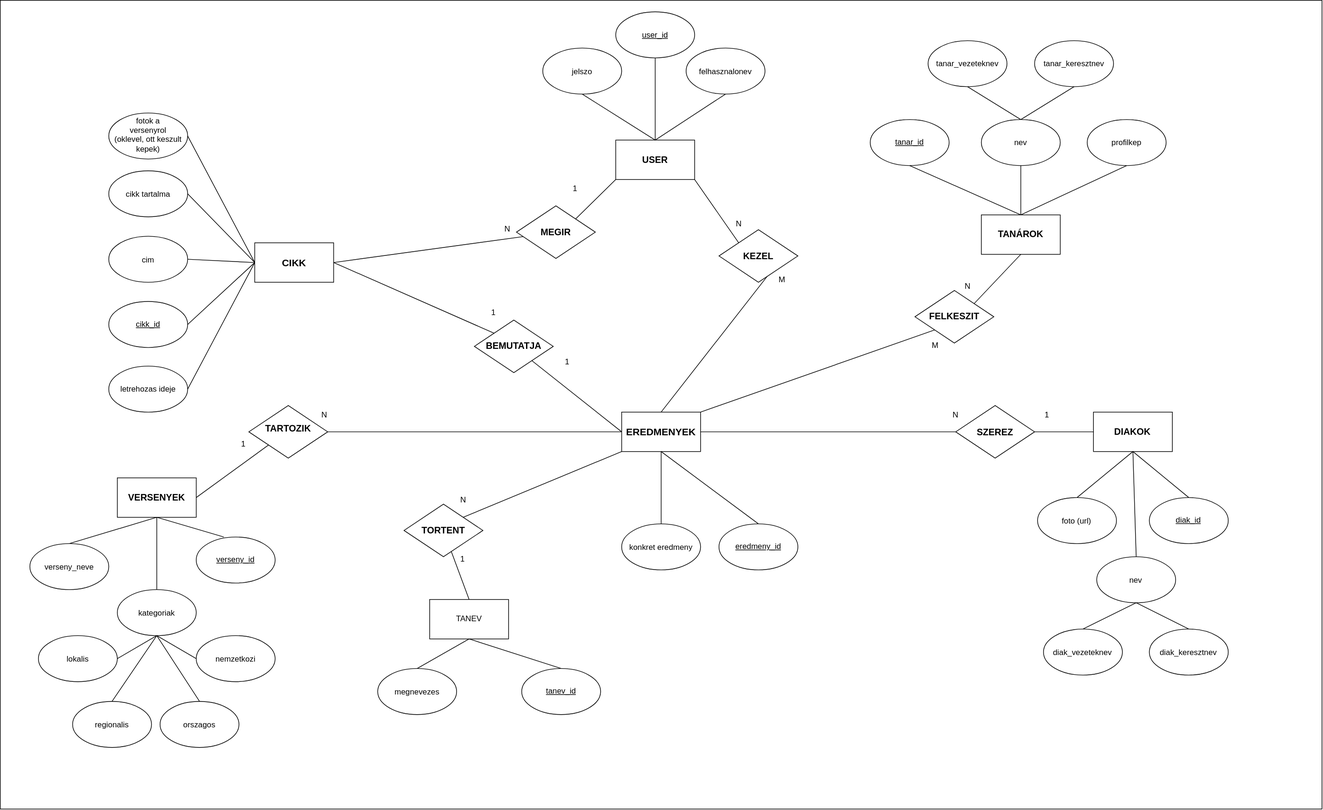
Above: adatbazis/Hall_of_Fame_adatbazis.drawio.svg in Mate4223/hall_of_fame (draw.io), before the change. Source tidied: cells renumbered, new cells last; positions are measured from the earlier drawing's top-left corner, leaving out a move shared by most shapes.
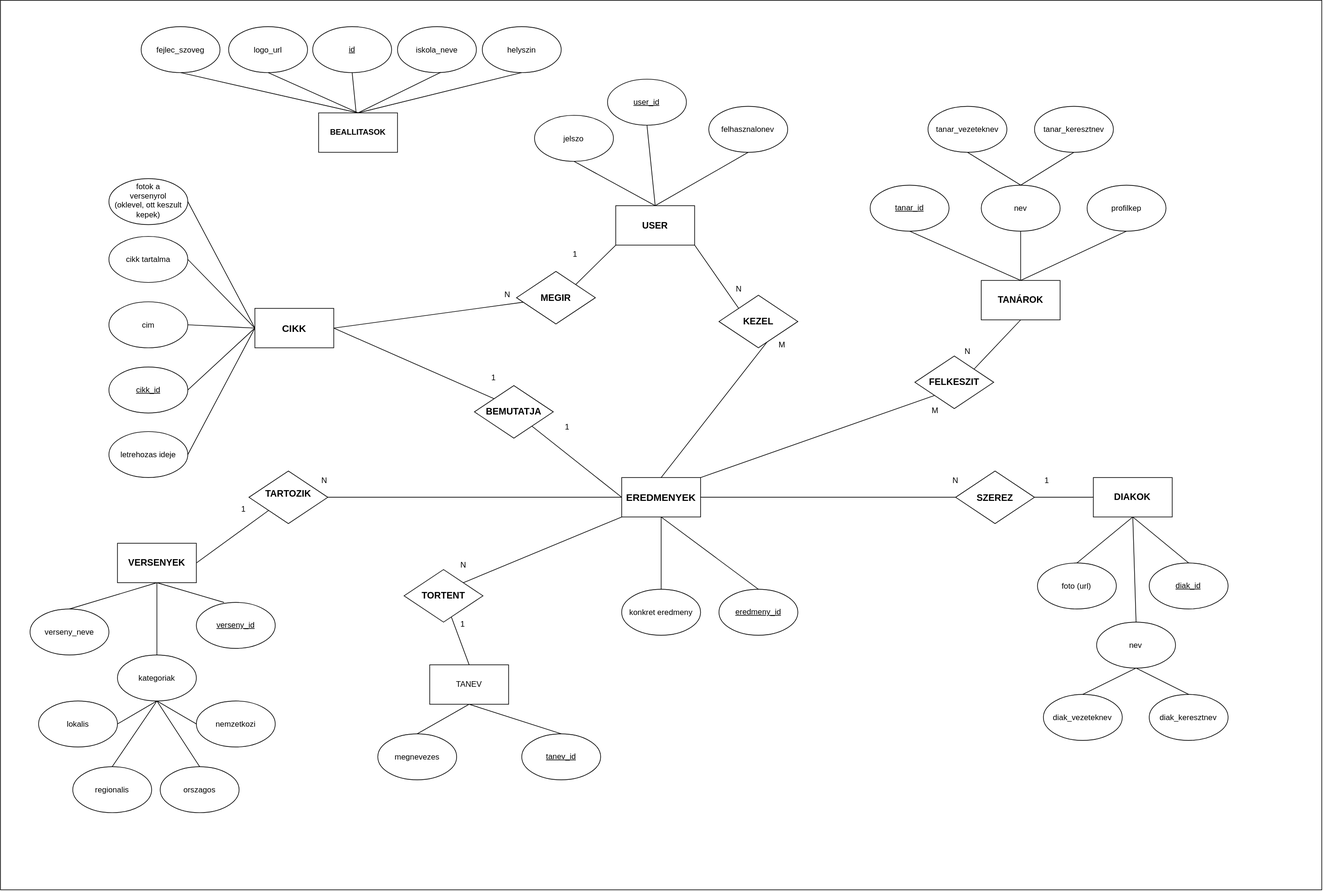
The same file after the commit.

Commit message:
adatbázis ER-modell

Diff of the diagram source:
```diff
@@ -3,7 +3,7 @@
     <mxCell id="0" />
     <mxCell id="1" parent="0" />
     <mxCell id="2" style="rounded=0;whiteSpace=wrap;html=1;" parent="1" vertex="1">
-      <mxGeometry x="-0.1" width="2010" height="1230" as="geometry" />
+      <mxGeometry x="-0.1" y="-100" width="2010" height="1353.7" as="geometry" />
     </mxCell>
     <mxCell id="3" style="rounded=0;jettySize=auto;html=1;endArrow=none;endFill=0;exitX=0.5;exitY=0;exitDx=0;exitDy=0;entryX=0.5;entryY=1;entryDx=0;entryDy=0;" parent="1" edge="1" source="7" target="26">
       <mxGeometry relative="1" as="geometry" />
@@ -72,10 +72,10 @@
       <mxGeometry x="944.9" y="626.3" width="120" height="60" as="geometry" />
     </mxCell>
     <mxCell id="25" value="jelszo" style="ellipse;whiteSpace=wrap;html=1;shapeInside=1;" parent="1" vertex="1">
-      <mxGeometry x="824.9" y="72.6" width="120" height="70" as="geometry" />
+      <mxGeometry x="812.4" y="75" width="120" height="70" as="geometry" />
     </mxCell>
     <mxCell id="26" value="felhasznalonev" style="ellipse;whiteSpace=wrap;html=1;shapeInside=1;" parent="1" vertex="1">
-      <mxGeometry x="1042.9" y="72.6" width="120" height="70" as="geometry" />
+      <mxGeometry x="1077.5" y="61.3" width="120" height="70" as="geometry" />
     </mxCell>
     <mxCell id="27" value="verseny_neve" style="ellipse;whiteSpace=wrap;html=1;shapeInside=1;" parent="1" vertex="1">
       <mxGeometry x="44.9" y="826.3" width="120" height="70" as="geometry" />
@@ -117,7 +117,7 @@
       <mxGeometry x="462.9" y="616.3" width="60" height="30" as="geometry" />
     </mxCell>
     <mxCell id="40" value="user_id" style="ellipse;whiteSpace=wrap;html=1;align=center;fontStyle=4;" parent="1" vertex="1">
-      <mxGeometry x="935.9" y="17.6" width="120" height="70" as="geometry" />
+      <mxGeometry x="923.4" y="20" width="120" height="70" as="geometry" />
     </mxCell>
     <mxCell id="41" value="verseny_id" style="ellipse;whiteSpace=wrap;html=1;align=center;fontStyle=4;" parent="1" vertex="1">
       <mxGeometry x="297.9" y="816.3" width="120" height="70" as="geometry" />
@@ -305,5 +305,38 @@
     <mxCell id="102" value="fotok a versenyrol (oklevel, ott keszult kepek)" style="ellipse;whiteSpace=wrap;html=1;shapeInside=1;" parent="1" vertex="1">
       <mxGeometry x="164.9" y="171.3" width="120" height="70" as="geometry" />
     </mxCell>
+    <mxCell id="103" style="rounded=0;jettySize=auto;html=1;entryX=0.5;entryY=1;entryDx=0;entryDy=0;endArrow=none;endFill=0;exitX=0.5;exitY=0;exitDx=0;exitDy=0;" parent="1" edge="1" source="112" target="106">
+      <mxGeometry relative="1" as="geometry" />
+    </mxCell>
+    <mxCell id="104" style="rounded=0;jettySize=auto;html=1;entryX=0.5;entryY=1;entryDx=0;entryDy=0;endArrow=none;endFill=0;exitX=0.5;exitY=0;exitDx=0;exitDy=0;" parent="1" edge="1" source="112" target="107">
+      <mxGeometry relative="1" as="geometry" />
+    </mxCell>
+    <mxCell id="105" style="rounded=0;jettySize=auto;html=1;entryX=0.5;entryY=1;entryDx=0;entryDy=0;endArrow=none;endFill=0;exitX=0.5;exitY=0;exitDx=0;exitDy=0;" parent="1" edge="1" source="112" target="109">
+      <mxGeometry relative="1" as="geometry" />
+    </mxCell>
+    <mxCell id="106" value="fejlec_szoveg" style="ellipse;whiteSpace=wrap;html=1;shapeInside=1;" parent="1" vertex="1">
+      <mxGeometry x="213.9" y="-60" width="120" height="70" as="geometry" />
+    </mxCell>
+    <mxCell id="107" value="logo_url" style="ellipse;whiteSpace=wrap;html=1;shapeInside=1;" parent="1" vertex="1">
+      <mxGeometry x="347" y="-60" width="120" height="70" as="geometry" />
+    </mxCell>
+    <mxCell id="108" value="iskola_neve" style="ellipse;whiteSpace=wrap;html=1;shapeInside=1;" parent="1" vertex="1">
+      <mxGeometry x="603.9" y="-60" width="120" height="70" as="geometry" />
+    </mxCell>
+    <mxCell id="109" value="helyszin" style="ellipse;whiteSpace=wrap;html=1;shapeInside=1;" parent="1" vertex="1">
+      <mxGeometry x="732.9" y="-60" width="120" height="70" as="geometry" />
+    </mxCell>
+    <mxCell id="110" style="rounded=0;jettySize=auto;html=1;entryX=0.551;entryY=0.991;entryDx=0;entryDy=0;entryPerimeter=0;endArrow=none;endFill=0;exitX=0.5;exitY=0;exitDx=0;exitDy=0;" parent="1" edge="1" source="112" target="108">
+      <mxGeometry relative="1" as="geometry" />
+    </mxCell>
+    <mxCell id="111" style="rounded=0;jettySize=auto;html=1;entryX=0.5;entryY=1;entryDx=0;entryDy=0;endArrow=none;endFill=0;" parent="1" edge="1" source="112" target="113">
+      <mxGeometry relative="1" as="geometry" />
+    </mxCell>
+    <mxCell id="112" value="&lt;b&gt;BEALLITASOK&lt;/b&gt;" style="rounded=0;whiteSpace=wrap;html=1;" parent="1" vertex="1">
+      <mxGeometry x="483.9" y="71.3" width="120" height="60" as="geometry" />
+    </mxCell>
+    <mxCell id="113" value="id" style="ellipse;whiteSpace=wrap;html=1;align=center;fontStyle=4;" parent="1" vertex="1">
+      <mxGeometry x="474.9" y="-60" width="120" height="70" as="geometry" />
+    </mxCell>
   </root>
 </mxGraphModel>
```
